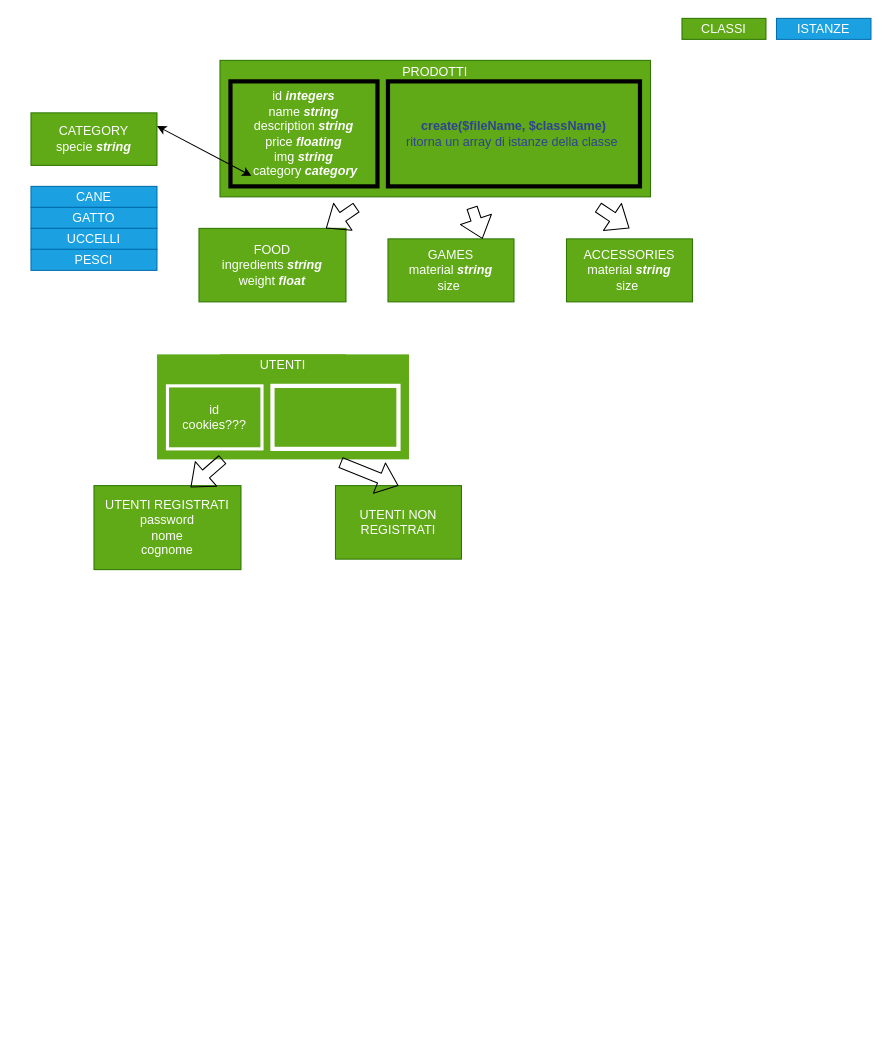
This is scheme.drawio from Frankosviz/php-oop-2, a draw.io file, before an edit. Source tidied: cells renumbered, new cells numbered last; positions are measured from the earlier drawing's top-left corner, leaving out a move shared by most shapes. Both pictures are drawn from the tidied source at 105%, with x=0, y=0 at pixel (30, 18).
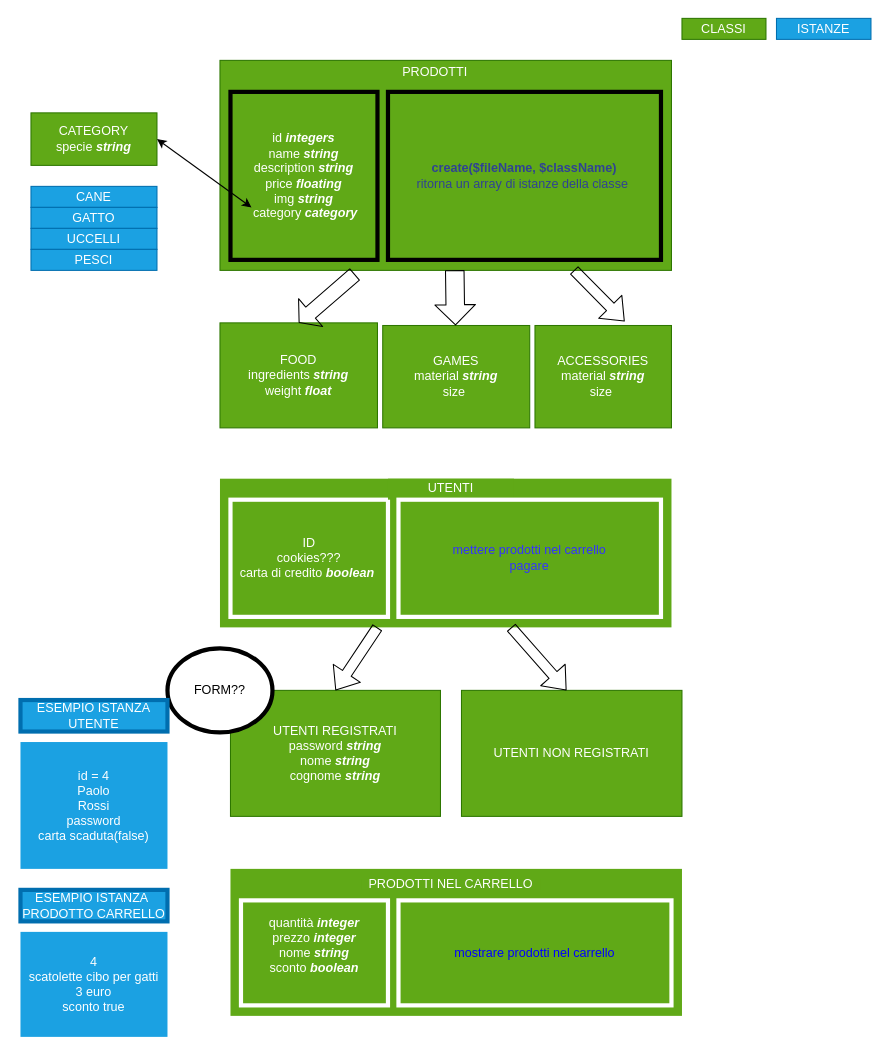
The same diagram, later.

The change refers to these unchanged cells:
```xml
<mxCell id="9" value="CATEGORY&lt;br&gt;specie &lt;b&gt;&lt;i&gt;string&lt;/i&gt;&lt;/b&gt;" style="rounded=0;whiteSpace=wrap;html=1;fontColor=#ffffff;fillColor=#60a917;strokeColor=#2D7600;" parent="1" vertex="1">
  <mxGeometry y="90" width="120" height="50" as="geometry" />
</mxCell>
```

Change to the diagram source:
```diff
@@
     <mxCell id="2" style="rounded=0;whiteSpace=wrap;html=1;strokeColor=none;strokeWidth=3;fontColor=#ffffff;fillColor=#60a917;" parent="1" vertex="1">
-      <mxGeometry x="120" y="320" width="240" height="100" as="geometry" />
+      <mxGeometry x="180" y="438.4" width="430" height="141.6" as="geometry" />
     </mxCell>
     <mxCell id="3" value="&lt;b style=&quot;font-style: italic;&quot;&gt;&lt;br&gt;&lt;/b&gt;" style="rounded=0;whiteSpace=wrap;html=1;fillColor=#60a917;fontColor=#ffffff;strokeColor=#2D7600;" parent="1" vertex="1">
-      <mxGeometry x="180" y="40" width="410" height="130" as="geometry" />
+      <mxGeometry x="180" y="40" width="430" height="200" as="geometry" />
     </mxCell>
     <mxCell id="4" value="FOOD&lt;br&gt;ingredients &lt;b&gt;&lt;i&gt;string&lt;/i&gt;&lt;/b&gt;&lt;br&gt;weight&lt;b&gt; &lt;i style=&quot;&quot;&gt;float&lt;/i&gt;&lt;/b&gt;" style="rounded=0;whiteSpace=wrap;html=1;fillColor=#60a917;fontColor=#ffffff;strokeColor=#2D7600;" parent="1" vertex="1">
-      <mxGeometry x="160" y="200" width="140" height="70" as="geometry" />
+      <mxGeometry x="180" y="290" width="150" height="100" as="geometry" />
     </mxCell>
     <mxCell id="5" value="GAMES&lt;br&gt;material &lt;b&gt;&lt;i&gt;string&lt;/i&gt;&lt;/b&gt;&lt;br&gt;size&amp;nbsp;" style="rounded=0;whiteSpace=wrap;html=1;fillColor=#60a917;fontColor=#ffffff;strokeColor=#2D7600;" parent="1" vertex="1">
-      <mxGeometry x="340" y="210" width="120" height="60" as="geometry" />
+      <mxGeometry x="335" y="292.5" width="140" height="97.5" as="geometry" />
     </mxCell>
     <mxCell id="6" value="ACCESSORIES&lt;br&gt;material&amp;nbsp;&lt;b&gt;&lt;i&gt;string&lt;/i&gt;&lt;/b&gt;&lt;br&gt;size&amp;nbsp;" style="rounded=0;whiteSpace=wrap;html=1;fillColor=#60a917;fontColor=#ffffff;strokeColor=#2D7600;" parent="1" vertex="1">
-      <mxGeometry x="510" y="210" width="120" height="60" as="geometry" />
+      <mxGeometry x="480" y="292.5" width="130" height="97.5" as="geometry" />
     </mxCell>
@@
-    <mxCell id="8" style="shape=flexArrow;endArrow=classic;html=1;fontColor=#FFFFFF;" parent="1" edge="1" source="3">
-      <mxGeometry relative="1" as="geometry">
-        <mxPoint x="460" y="170" as="targetPoint" />
-      </mxGeometry>
-    </mxCell>
@@
-    <mxCell id="15" value="id&lt;br&gt;cookies???" style="rounded=0;whiteSpace=wrap;html=1;fontColor=#ffffff;fillColor=#60a917;strokeColor=#FFFFFF;perimeterSpacing=3;strokeWidth=3;" parent="1" vertex="1">
-      <mxGeometry x="130" y="350" width="90" height="60" as="geometry" />
+    <mxCell id="15" value="ID&lt;br&gt;cookies???&lt;br&gt;carta di credito &lt;b&gt;&lt;i&gt;boolean&lt;/i&gt;&lt;/b&gt;&amp;nbsp;" style="rounded=0;whiteSpace=wrap;html=1;fontColor=#ffffff;fillColor=#60a917;strokeColor=#FFFFFF;perimeterSpacing=3;strokeWidth=4;" parent="1" vertex="1">
+      <mxGeometry x="190" y="458.4" width="150" height="111.6" as="geometry" />
     </mxCell>
-    <mxCell id="16" value="UTENTI REGISTRATI&lt;br&gt;password&lt;br&gt;nome&lt;br&gt;cognome" style="rounded=0;whiteSpace=wrap;html=1;fontColor=#ffffff;fillColor=#60a917;strokeColor=#2D7600;" parent="1" vertex="1">
-      <mxGeometry x="60" y="445" width="140" height="80" as="geometry" />
+    <mxCell id="16" value="UTENTI REGISTRATI&lt;br&gt;password &lt;b&gt;&lt;i&gt;string&lt;/i&gt;&lt;/b&gt;&lt;br&gt;nome &lt;i&gt;&lt;b&gt;string&lt;/b&gt;&lt;/i&gt;&lt;br&gt;cognome &lt;b&gt;&lt;i&gt;string&lt;/i&gt;&lt;/b&gt;" style="rounded=0;whiteSpace=wrap;html=1;fontColor=#ffffff;fillColor=#60a917;strokeColor=#2D7600;" parent="1" vertex="1">
+      <mxGeometry x="190" y="640" width="200" height="120" as="geometry" />
     </mxCell>
     <mxCell id="17" value="UTENTI NON REGISTRATI" style="rounded=0;whiteSpace=wrap;html=1;fontColor=#ffffff;fillColor=#60a917;strokeColor=#2D7600;" parent="1" vertex="1">
-      <mxGeometry x="290" y="445" width="120" height="70" as="geometry" />
+      <mxGeometry x="410" y="640" width="210" height="120" as="geometry" />
     </mxCell>
     <mxCell id="18" value="id&amp;nbsp;&lt;i&gt;&lt;b&gt;integers&lt;/b&gt;&lt;/i&gt;&lt;br&gt;name&amp;nbsp;&lt;i&gt;&lt;b&gt;string&lt;/b&gt;&lt;/i&gt;&lt;br&gt;description&amp;nbsp;&lt;i&gt;&lt;b&gt;string&lt;/b&gt;&lt;/i&gt;&lt;br&gt;price&amp;nbsp;&lt;i&gt;&lt;b&gt;floating&lt;/b&gt;&lt;br&gt;&lt;/i&gt;img&amp;nbsp;&lt;b style=&quot;font-style: italic;&quot;&gt;string&lt;br&gt;&amp;nbsp;&lt;/b&gt;category&amp;nbsp;&lt;b style=&quot;font-style: italic;&quot;&gt;category&lt;/b&gt;" style="rounded=0;whiteSpace=wrap;html=1;fontColor=#ffffff;fillColor=#60a917;strokeColor=default;strokeWidth=4;perimeterSpacing=7;" parent="1" vertex="1">
-      <mxGeometry x="190" y="60" width="140" height="100" as="geometry" />
+      <mxGeometry x="190" y="70" width="140" height="160" as="geometry" />
     </mxCell>
     <mxCell id="19" value="&lt;font color=&quot;#2f4393&quot;&gt;&lt;b&gt;create($fileName, $className)&lt;/b&gt;&lt;br&gt;ritorna un array di istanze della classe&amp;nbsp;&lt;br&gt;&lt;/font&gt;" style="rounded=0;whiteSpace=wrap;html=1;fontColor=#ffffff;fillColor=#60a917;strokeColor=default;strokeWidth=4;perimeterSpacing=7;" parent="1" vertex="1">
-      <mxGeometry x="340" y="60" width="240" height="100" as="geometry" />
+      <mxGeometry x="340" y="70" width="260" height="160" as="geometry" />
     </mxCell>
@@
-    <mxCell id="21" style="endArrow=classic;startArrow=classic;html=1;fontColor=#FFFFFF;exitX=1;exitY=0.25;exitDx=0;exitDy=0;" parent="1" edge="1" source="9">
+    <mxCell id="21" style="endArrow=classic;startArrow=classic;html=1;fontColor=#FFFFFF;exitX=1;exitY=0.5;exitDx=0;exitDy=0;" parent="1" edge="1" source="9">
       <mxGeometry relative="1" as="geometry">
-        <mxPoint x="210" y="150" as="targetPoint" />
+        <mxPoint x="210" y="180" as="targetPoint" />
       </mxGeometry>
     </mxCell>
-    <mxCell id="22" style="shape=flexArrow;endArrow=classic;html=1;fontColor=#FFFFFF;" parent="1" edge="1" target="4">
-      <mxGeometry relative="1" as="geometry">
-        <mxPoint x="310" y="180" as="sourcePoint" />
-      </mxGeometry>
+    <mxCell id="22" style="shape=flexArrow;endArrow=classic;html=1;fontColor=#FFFFFF;width=14;endSize=4.48;exitX=0.299;exitY=1.018;exitDx=0;exitDy=0;exitPerimeter=0;entryX=0.5;entryY=0;entryDx=0;entryDy=0;" parent="1" edge="1" source="3" target="4">
+      <mxGeometry relative="1" as="geometry" />
     </mxCell>
-    <mxCell id="23" style="shape=flexArrow;endArrow=classic;html=1;fontColor=#FFFFFF;entryX=0.75;entryY=0;entryDx=0;entryDy=0;" parent="1" edge="1" target="5">
-      <mxGeometry relative="1" as="geometry">
-        <mxPoint x="420" y="180" as="sourcePoint" />
-      </mxGeometry>
+    <mxCell id="23" style="shape=flexArrow;endArrow=classic;html=1;fontColor=#FFFFFF;width=17.647058823529413;endSize=6.08235294117647;exitX=0.52;exitY=0.999;exitDx=0;exitDy=0;exitPerimeter=0;" parent="1" edge="1" source="3" target="5">
+      <mxGeometry relative="1" as="geometry" />
     </mxCell>
-    <mxCell id="24" style="shape=flexArrow;endArrow=classic;html=1;fontColor=#FFFFFF;" parent="1" edge="1">
-      <mxGeometry relative="1" as="geometry">
-        <mxPoint x="540" y="180" as="sourcePoint" />
-        <mxPoint x="570" y="200" as="targetPoint" />
-      </mxGeometry>
+    <mxCell id="24" style="shape=flexArrow;endArrow=classic;html=1;fontColor=#FFFFFF;entryX=0.657;entryY=-0.04;entryDx=0;entryDy=0;entryPerimeter=0;exitX=0.784;exitY=0.999;exitDx=0;exitDy=0;exitPerimeter=0;" parent="1" edge="1" source="3" target="6">
+      <mxGeometry relative="1" as="geometry" />
     </mxCell>
     <mxCell id="25" value="UTENTI" style="rounded=0;whiteSpace=wrap;html=1;strokeColor=none;strokeWidth=3;fontColor=#ffffff;fillColor=#60a917;" parent="1" vertex="1">
-      <mxGeometry x="180" y="320" width="120" height="20" as="geometry" />
+      <mxGeometry x="340" y="438.4" width="120" height="20" as="geometry" />
     </mxCell>
-    <mxCell id="26" style="rounded=0;whiteSpace=wrap;html=1;strokeColor=#FFFFFF;strokeWidth=4;fontColor=#ffffff;fillColor=#60a917;" parent="1" vertex="1">
-      <mxGeometry x="230" y="350" width="120" height="60" as="geometry" />
+    <mxCell id="26" value="&lt;font color=&quot;#3333ff&quot;&gt;mettere prodotti nel carrello&lt;br&gt;pagare&lt;br&gt;&lt;/font&gt;" style="rounded=0;whiteSpace=wrap;html=1;strokeColor=#FFFFFF;strokeWidth=4;fontColor=#ffffff;fillColor=#60a917;" parent="1" vertex="1">
+      <mxGeometry x="350" y="458.4" width="250" height="111.6" as="geometry" />
     </mxCell>
-    <mxCell id="27" style="shape=flexArrow;endArrow=classic;html=1;fontColor=#FFFFFF;entryX=0.657;entryY=0.021;entryDx=0;entryDy=0;entryPerimeter=0;" parent="1" edge="1" source="2" target="16">
-      <mxGeometry relative="1" as="geometry" />
+    <mxCell id="27" style="shape=flexArrow;endArrow=classic;html=1;fontColor=#FFFFFF;entryX=0.5;entryY=0;entryDx=0;entryDy=0;" parent="1" edge="1" target="16">
+      <mxGeometry relative="1" as="geometry">
+        <mxPoint x="330" y="580" as="sourcePoint" />
+      </mxGeometry>
     </mxCell>
-    <mxCell id="28" style="shape=flexArrow;endArrow=classic;html=1;fontColor=#FFFFFF;entryX=0.5;entryY=0;entryDx=0;entryDy=0;exitX=0.728;exitY=1.03;exitDx=0;exitDy=0;exitPerimeter=0;" parent="1" edge="1" source="2" target="17">
-      <mxGeometry relative="1" as="geometry" />
+    <mxCell id="28" style="shape=flexArrow;endArrow=classic;html=1;fontColor=#FFFFFF;" parent="1" edge="1" source="2">
+      <mxGeometry relative="1" as="geometry">
+        <mxPoint x="510" y="640" as="targetPoint" />
+      </mxGeometry>
     </mxCell>
+    <mxCell id="29" style="rounded=0;whiteSpace=wrap;html=1;strokeColor=none;strokeWidth=3;fontColor=#ffffff;fillColor=#60a917;" parent="1" vertex="1">
+      <mxGeometry x="190" y="810" width="430" height="140" as="geometry" />
+    </mxCell>
+    <mxCell id="30" value="quantità &lt;i style=&quot;font-weight: bold;&quot;&gt;integer&lt;/i&gt;&lt;br&gt;prezzo&amp;nbsp;&lt;i style=&quot;font-weight: bold;&quot;&gt;integer&lt;/i&gt;&lt;br&gt;nome&amp;nbsp;&lt;b style=&quot;font-style: italic;&quot;&gt;string&lt;/b&gt;&lt;br&gt;sconto&lt;i style=&quot;font-weight: bold;&quot;&gt; boolean&lt;br&gt;&lt;br&gt;&lt;/i&gt;" style="rounded=0;whiteSpace=wrap;html=1;fontColor=#ffffff;fillColor=#60a917;strokeColor=#FFFFFF;perimeterSpacing=3;strokeWidth=4;" parent="1" vertex="1">
+      <mxGeometry x="200" y="840" width="140" height="100" as="geometry" />
+    </mxCell>
+    <mxCell id="31" value="PRODOTTI NEL CARRELLO" style="rounded=0;whiteSpace=wrap;html=1;strokeColor=none;strokeWidth=3;fontColor=#ffffff;fillColor=#60a917;" parent="1" vertex="1">
+      <mxGeometry x="315" y="820" width="170" height="10" as="geometry" />
+    </mxCell>
+    <mxCell id="32" value="&lt;font color=&quot;#0000ff&quot;&gt;mostrare prodotti nel carrello&lt;/font&gt;" style="rounded=0;whiteSpace=wrap;html=1;strokeColor=#FFFFFF;strokeWidth=4;fontColor=#ffffff;fillColor=#60a917;" parent="1" vertex="1">
+      <mxGeometry x="350" y="840" width="260" height="100" as="geometry" />
+    </mxCell>
+    <mxCell id="33" value="FORM??" style="ellipse;whiteSpace=wrap;html=1;strokeWidth=4;" parent="1" vertex="1">
+      <mxGeometry x="130" y="600" width="100" height="80" as="geometry" />
+    </mxCell>
+    <mxCell id="34" value="id = 4&lt;br&gt;Paolo &lt;br&gt;Rossi&lt;br&gt;password&lt;br&gt;carta scaduta(false)" style="rounded=0;whiteSpace=wrap;html=1;strokeWidth=4;fontColor=#ffffff;strokeColor=none;fillColor=#1ba1e2;" parent="1" vertex="1">
+      <mxGeometry x="-10" y="689.2" width="140" height="120.8" as="geometry" />
+    </mxCell>
+    <mxCell id="35" value="ESEMPIO ISTANZA UTENTE" style="rounded=0;whiteSpace=wrap;html=1;strokeWidth=4;fontColor=#ffffff;fillColor=#1ba1e2;strokeColor=#006EAF;" parent="1" vertex="1">
+      <mxGeometry x="-10" y="649.2" width="140" height="30" as="geometry" />
+    </mxCell>
+    <mxCell id="36" value="4 &lt;br&gt;scatolette cibo per gatti&lt;br&gt;3 euro&lt;br&gt;sconto true&lt;br&gt;" style="rounded=0;whiteSpace=wrap;html=1;strokeWidth=4;fontColor=#ffffff;strokeColor=none;fillColor=#1ba1e2;" parent="1" vertex="1">
+      <mxGeometry x="-10" y="870" width="140" height="100" as="geometry" />
+    </mxCell>
+    <mxCell id="37" value="ESEMPIO ISTANZA&amp;nbsp;&lt;br&gt;PRODOTTO CARRELLO" style="rounded=0;whiteSpace=wrap;html=1;strokeWidth=4;fontColor=#ffffff;fillColor=#1ba1e2;strokeColor=#006EAF;" parent="1" vertex="1">
+      <mxGeometry x="-10" y="830" width="140" height="30" as="geometry" />
+    </mxCell>
```
